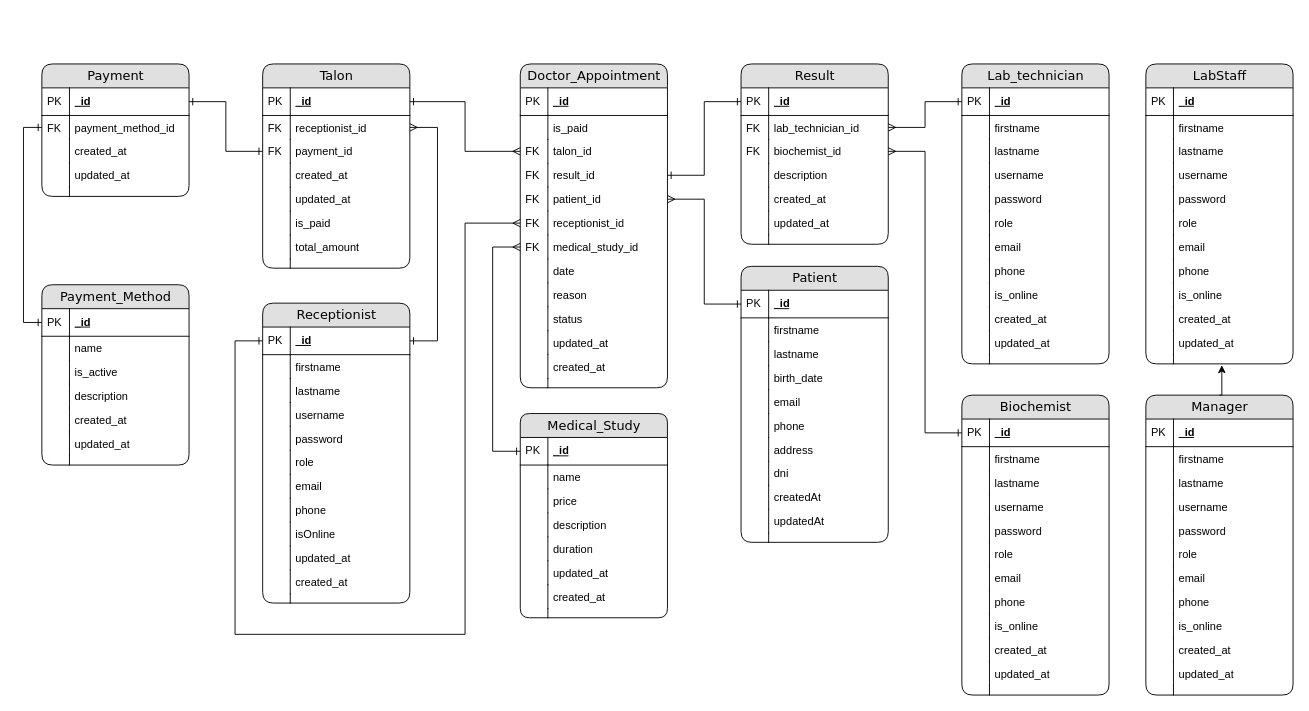
The draw.io diagram driagrama entidad relacion.drawio in EmanuelRigo/lab-patient-system, before the edit. Source tidied: cells renumbered, new cells numbered last; positions are measured from the earlier drawing's top-left corner, leaving out a move shared by most shapes. Both pictures are drawn from the tidied source at 92%, with x=0, y=0 at pixel (41, 63).
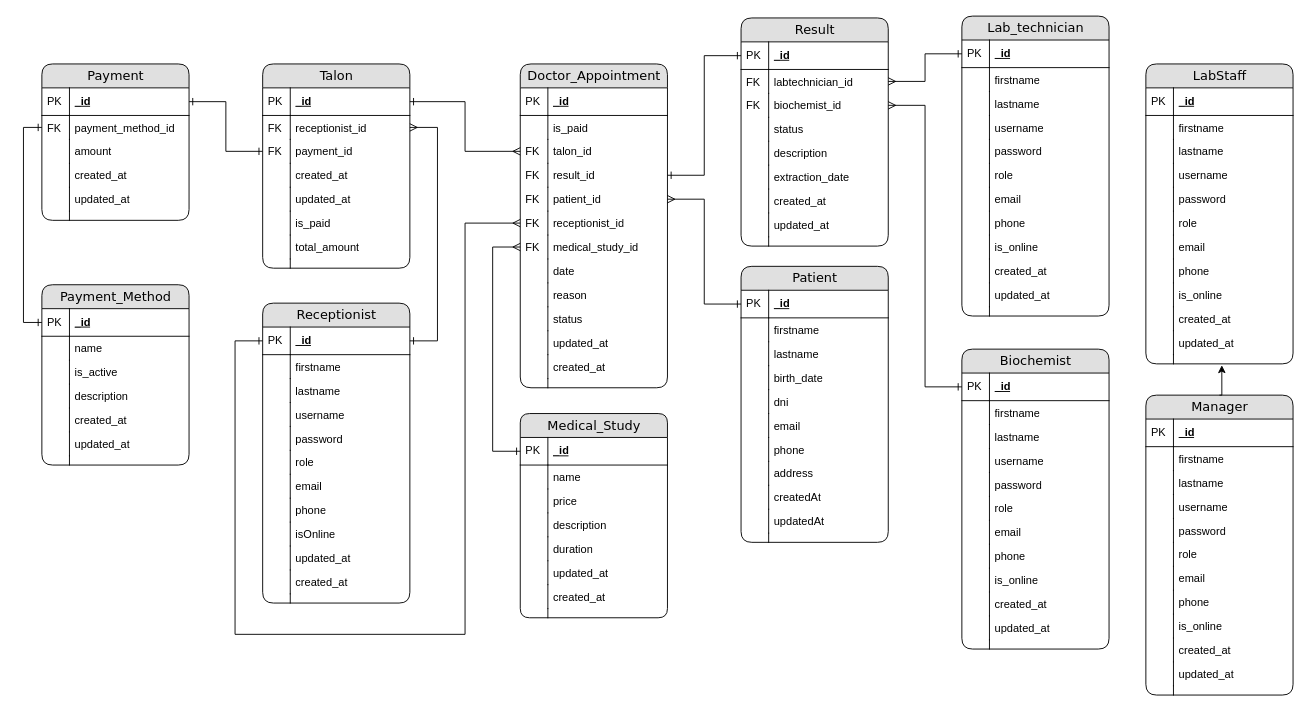
After the change.

The change refers to these unchanged cells:
```xml
<mxCell id="144" value="Patient" style="swimlane;html=1;fontStyle=0;horizontal=1;startSize=26;fillColor=#e0e0e0;swimlaneFillColor=#ffffff;align=center;rounded=1;shadow=0;comic=0;labelBackgroundColor=none;strokeWidth=1;fontFamily=Verdana;fontSize=14;gradientColor=none;" parent="1" vertex="1">
  <mxGeometry x="760" y="220" width="160" height="300" as="geometry" />
</mxCell>
```

Diff of the diagram source:
```diff
@@
     <mxCell id="94" value="Lab_technician" style="swimlane;html=1;fontStyle=0;horizontal=1;startSize=26;fillColor=#e0e0e0;swimlaneFillColor=#ffffff;align=center;rounded=1;shadow=0;comic=0;labelBackgroundColor=none;strokeWidth=1;fontFamily=Verdana;fontSize=14;gradientColor=none;" parent="1" vertex="1">
-      <mxGeometry x="1000" width="160" height="326" as="geometry" />
+      <mxGeometry x="1000" y="-52" width="160" height="326" as="geometry" />
     </mxCell>
@@
     <mxCell id="119" value="Biochemist" style="swimlane;html=1;fontStyle=0;horizontal=1;startSize=26;fillColor=#e0e0e0;swimlaneFillColor=#ffffff;align=center;rounded=1;shadow=0;comic=0;labelBackgroundColor=none;strokeWidth=1;fontFamily=Verdana;fontSize=14;gradientColor=none;" parent="1" vertex="1">
-      <mxGeometry x="1000" y="360" width="160" height="326" as="geometry" />
+      <mxGeometry x="1000" y="310" width="160" height="326" as="geometry" />
     </mxCell>
@@
+    <mxCell id="159" value="dni" style="shape=partialRectangle;top=0;left=0;right=0;bottom=0;html=1;align=left;verticalAlign=top;fillColor=none;spacingLeft=34;spacingRight=4;whiteSpace=wrap;overflow=hidden;" parent="144" vertex="1">
+      <mxGeometry y="134" width="160" height="26" as="geometry" />
+    </mxCell>
+    <mxCell id="160" style="shape=partialRectangle;top=0;left=0;bottom=0;html=1;fillColor=none;align=left;verticalAlign=top;spacingLeft=4;spacingRight=4;whiteSpace=wrap;overflow=hidden;" parent="159" vertex="1">
+      <mxGeometry width="30" height="26" as="geometry" />
+    </mxCell>
     <mxCell id="153" value="email&lt;div&gt;&lt;br&gt;&lt;/div&gt;" style="shape=partialRectangle;top=0;left=0;right=0;bottom=0;html=1;align=left;verticalAlign=top;fillColor=none;spacingLeft=34;spacingRight=4;whiteSpace=wrap;overflow=hidden;" parent="144" vertex="1">
-      <mxGeometry y="134" width="160" height="26" as="geometry" />
+      <mxGeometry y="160" width="160" height="26" as="geometry" />
     </mxCell>
@@
     <mxCell id="155" value="phone" style="shape=partialRectangle;top=0;left=0;right=0;bottom=0;html=1;align=left;verticalAlign=top;fillColor=none;spacingLeft=34;spacingRight=4;whiteSpace=wrap;overflow=hidden;" parent="144" vertex="1">
-      <mxGeometry y="160" width="160" height="26" as="geometry" />
+      <mxGeometry y="186" width="160" height="26" as="geometry" />
     </mxCell>
@@
     <mxCell id="157" value="address" style="shape=partialRectangle;top=0;left=0;right=0;bottom=0;html=1;align=left;verticalAlign=top;fillColor=none;spacingLeft=34;spacingRight=4;whiteSpace=wrap;overflow=hidden;" parent="144" vertex="1">
-      <mxGeometry y="186" width="160" height="26" as="geometry" />
+      <mxGeometry y="212" width="160" height="26" as="geometry" />
     </mxCell>
@@
-    <mxCell id="159" value="dni" style="shape=partialRectangle;top=0;left=0;right=0;bottom=0;html=1;align=left;verticalAlign=top;fillColor=none;spacingLeft=34;spacingRight=4;whiteSpace=wrap;overflow=hidden;" parent="144" vertex="1">
-      <mxGeometry y="212" width="160" height="26" as="geometry" />
-    </mxCell>
-    <mxCell id="160" style="shape=partialRectangle;top=0;left=0;bottom=0;html=1;fillColor=none;align=left;verticalAlign=top;spacingLeft=4;spacingRight=4;whiteSpace=wrap;overflow=hidden;" parent="159" vertex="1">
-      <mxGeometry width="30" height="26" as="geometry" />
-    </mxCell>
@@
     <mxCell id="167" value="Payment" style="swimlane;html=1;fontStyle=0;horizontal=1;startSize=26;fillColor=#e0e0e0;swimlaneFillColor=#ffffff;align=center;rounded=1;shadow=0;comic=0;labelBackgroundColor=none;strokeWidth=1;fontFamily=Verdana;fontSize=14;gradientColor=none;" parent="1" vertex="1">
-      <mxGeometry width="160" height="144" as="geometry" />
+      <mxGeometry width="160" height="170" as="geometry" />
     </mxCell>
@@
+    <mxCell id="263" value="amount" style="shape=partialRectangle;top=0;left=0;right=0;bottom=0;html=1;align=left;verticalAlign=top;fillColor=none;spacingLeft=34;spacingRight=4;whiteSpace=wrap;overflow=hidden;" parent="167" vertex="1">
+      <mxGeometry y="82" width="160" height="26" as="geometry" />
+    </mxCell>
+    <mxCell id="264" style="shape=partialRectangle;top=0;left=0;bottom=0;html=1;fillColor=none;align=left;verticalAlign=top;spacingLeft=4;spacingRight=4;whiteSpace=wrap;overflow=hidden;" parent="263" vertex="1">
+      <mxGeometry width="30" height="26" as="geometry" />
+    </mxCell>
     <mxCell id="172" value="created_at" style="shape=partialRectangle;top=0;left=0;right=0;bottom=0;html=1;align=left;verticalAlign=top;fillColor=none;spacingLeft=34;spacingRight=4;whiteSpace=wrap;overflow=hidden;" parent="167" vertex="1">
-      <mxGeometry y="82" width="160" height="26" as="geometry" />
+      <mxGeometry y="108" width="160" height="26" as="geometry" />
     </mxCell>
@@
     <mxCell id="174" value="updated_at" style="shape=partialRectangle;top=0;left=0;right=0;bottom=0;html=1;align=left;verticalAlign=top;fillColor=none;spacingLeft=34;spacingRight=4;whiteSpace=wrap;overflow=hidden;" parent="167" vertex="1">
-      <mxGeometry y="108" width="160" height="26" as="geometry" />
+      <mxGeometry y="134" width="160" height="26" as="geometry" />
     </mxCell>
@@
     <mxCell id="176" style="shape=partialRectangle;top=0;left=0;right=0;bottom=0;html=1;align=left;verticalAlign=top;fillColor=none;spacingLeft=34;spacingRight=4;whiteSpace=wrap;overflow=hidden;" parent="167" vertex="1">
-      <mxGeometry y="134" width="160" height="10" as="geometry" />
+      <mxGeometry y="160" width="160" height="10" as="geometry" />
     </mxCell>
@@
     <mxCell id="178" value="Result" style="swimlane;html=1;fontStyle=0;horizontal=1;startSize=26;fillColor=#e0e0e0;swimlaneFillColor=#ffffff;align=center;rounded=1;shadow=0;comic=0;labelBackgroundColor=none;strokeWidth=1;fontFamily=Verdana;fontSize=14;gradientColor=none;" parent="1" vertex="1">
-      <mxGeometry x="760" width="160" height="196" as="geometry" />
+      <mxGeometry x="760" y="-50" width="160" height="248" as="geometry" />
     </mxCell>
@@
-    <mxCell id="181" value="lab_technician_id" style="shape=partialRectangle;top=0;left=0;right=0;bottom=0;html=1;align=left;verticalAlign=top;fillColor=none;spacingLeft=34;spacingRight=4;whiteSpace=wrap;overflow=hidden;points=[[0,0.5],[1,0.5]];portConstraint=eastwest;" parent="178" vertex="1">
+    <mxCell id="181" value="labtechnician_id" style="shape=partialRectangle;top=0;left=0;right=0;bottom=0;html=1;align=left;verticalAlign=top;fillColor=none;spacingLeft=34;spacingRight=4;whiteSpace=wrap;overflow=hidden;points=[[0,0.5],[1,0.5]];portConstraint=eastwest;" parent="178" vertex="1">
       <mxGeometry y="56" width="160" height="26" as="geometry" />
     </mxCell>
@@
-    <mxCell id="185" value="description" style="shape=partialRectangle;top=0;left=0;right=0;bottom=0;html=1;align=left;verticalAlign=top;fillColor=none;spacingLeft=34;spacingRight=4;whiteSpace=wrap;overflow=hidden;" parent="178" vertex="1">
+    <mxCell id="185" value="status" style="shape=partialRectangle;top=0;left=0;right=0;bottom=0;html=1;align=left;verticalAlign=top;fillColor=none;spacingLeft=34;spacingRight=4;whiteSpace=wrap;overflow=hidden;" parent="178" vertex="1">
       <mxGeometry y="108" width="160" height="26" as="geometry" />
     </mxCell>
@@
+    <mxCell id="265" value="description" style="shape=partialRectangle;top=0;left=0;right=0;bottom=0;html=1;align=left;verticalAlign=top;fillColor=none;spacingLeft=34;spacingRight=4;whiteSpace=wrap;overflow=hidden;" parent="178" vertex="1">
+      <mxGeometry y="134" width="160" height="26" as="geometry" />
+    </mxCell>
+    <mxCell id="266" style="shape=partialRectangle;top=0;left=0;bottom=0;html=1;fillColor=none;align=left;verticalAlign=top;spacingLeft=4;spacingRight=4;whiteSpace=wrap;overflow=hidden;" parent="265" vertex="1">
+      <mxGeometry width="30" height="26" as="geometry" />
+    </mxCell>
+    <mxCell id="267" value="extraction_date" style="shape=partialRectangle;top=0;left=0;right=0;bottom=0;html=1;align=left;verticalAlign=top;fillColor=none;spacingLeft=34;spacingRight=4;whiteSpace=wrap;overflow=hidden;" parent="178" vertex="1">
+      <mxGeometry y="160" width="160" height="26" as="geometry" />
+    </mxCell>
+    <mxCell id="268" style="shape=partialRectangle;top=0;left=0;bottom=0;html=1;fillColor=none;align=left;verticalAlign=top;spacingLeft=4;spacingRight=4;whiteSpace=wrap;overflow=hidden;" parent="267" vertex="1">
+      <mxGeometry width="30" height="26" as="geometry" />
+    </mxCell>
     <mxCell id="187" value="created_at" style="shape=partialRectangle;top=0;left=0;right=0;bottom=0;html=1;align=left;verticalAlign=top;fillColor=none;spacingLeft=34;spacingRight=4;whiteSpace=wrap;overflow=hidden;" parent="178" vertex="1">
-      <mxGeometry y="134" width="160" height="26" as="geometry" />
+      <mxGeometry y="186" width="160" height="26" as="geometry" />
     </mxCell>
@@
     <mxCell id="189" value="updated_at" style="shape=partialRectangle;top=0;left=0;right=0;bottom=0;html=1;align=left;verticalAlign=top;fillColor=none;spacingLeft=34;spacingRight=4;whiteSpace=wrap;overflow=hidden;" parent="178" vertex="1">
-      <mxGeometry y="160" width="160" height="26" as="geometry" />
+      <mxGeometry y="212" width="160" height="26" as="geometry" />
     </mxCell>
@@
     <mxCell id="191" style="shape=partialRectangle;top=0;left=0;right=0;bottom=0;html=1;align=left;verticalAlign=top;fillColor=none;spacingLeft=34;spacingRight=4;whiteSpace=wrap;overflow=hidden;" parent="178" vertex="1">
-      <mxGeometry y="186" width="160" height="10" as="geometry" />
+      <mxGeometry y="238" width="160" height="10" as="geometry" />
     </mxCell>
```
